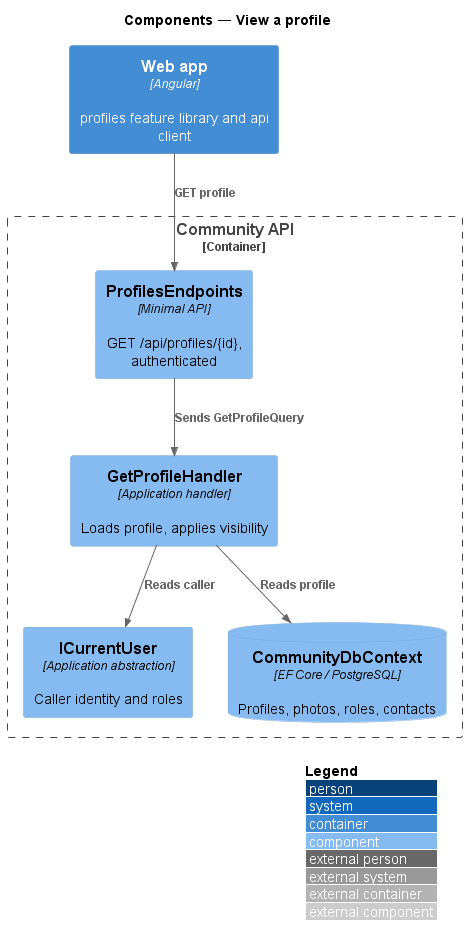
Before: docs/detailed-designs/profiles/view-profile/diagrams/c4-component.png, a diagram exported from PlantUML (QuinntyneBrown/faithtech-community). Its diagram source:
```plantuml
@startuml
!include <C4/C4_Component>
LAYOUT_WITH_LEGEND()
title Components — View a profile

Container(spa, "Web app", "Angular", "profiles feature library and api client")
Container_Boundary(api, "Community API") {
  Component(ep, "ProfilesEndpoints", "Minimal API", "GET /api/profiles/{id}, authenticated")
  Component(h, "GetProfileHandler", "Application handler", "Loads profile, applies visibility")
  Component(cu, "ICurrentUser", "Application abstraction", "Caller identity and roles")
  ComponentDb(db, "CommunityDbContext", "EF Core / PostgreSQL", "Profiles, photos, roles, contacts")
}
Rel(spa, ep, "GET profile")
Rel(ep, h, "Sends GetProfileQuery")
Rel(h, cu, "Reads caller")
Rel(h, db, "Reads profile")
@enduml
```
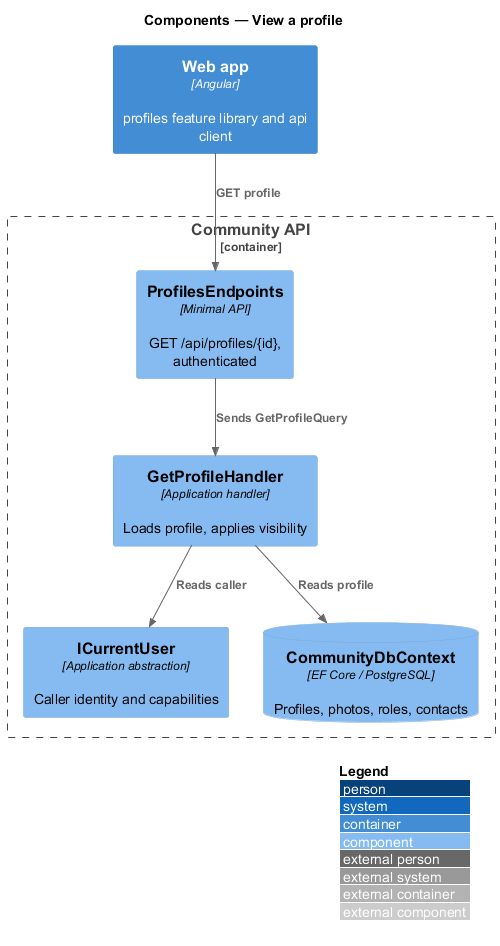
After the change.

Diff of the diagram source:
```diff
@@ -7,7 +7,7 @@
 Container_Boundary(api, "Community API") {
   Component(ep, "ProfilesEndpoints", "Minimal API", "GET /api/profiles/{id}, authenticated")
   Component(h, "GetProfileHandler", "Application handler", "Loads profile, applies visibility")
-  Component(cu, "ICurrentUser", "Application abstraction", "Caller identity and roles")
+  Component(cu, "ICurrentUser", "Application abstraction", "Caller identity and capabilities")
   ComponentDb(db, "CommunityDbContext", "EF Core / PostgreSQL", "Profiles, photos, roles, contacts")
 }
 Rel(spa, ep, "GET profile")
```
